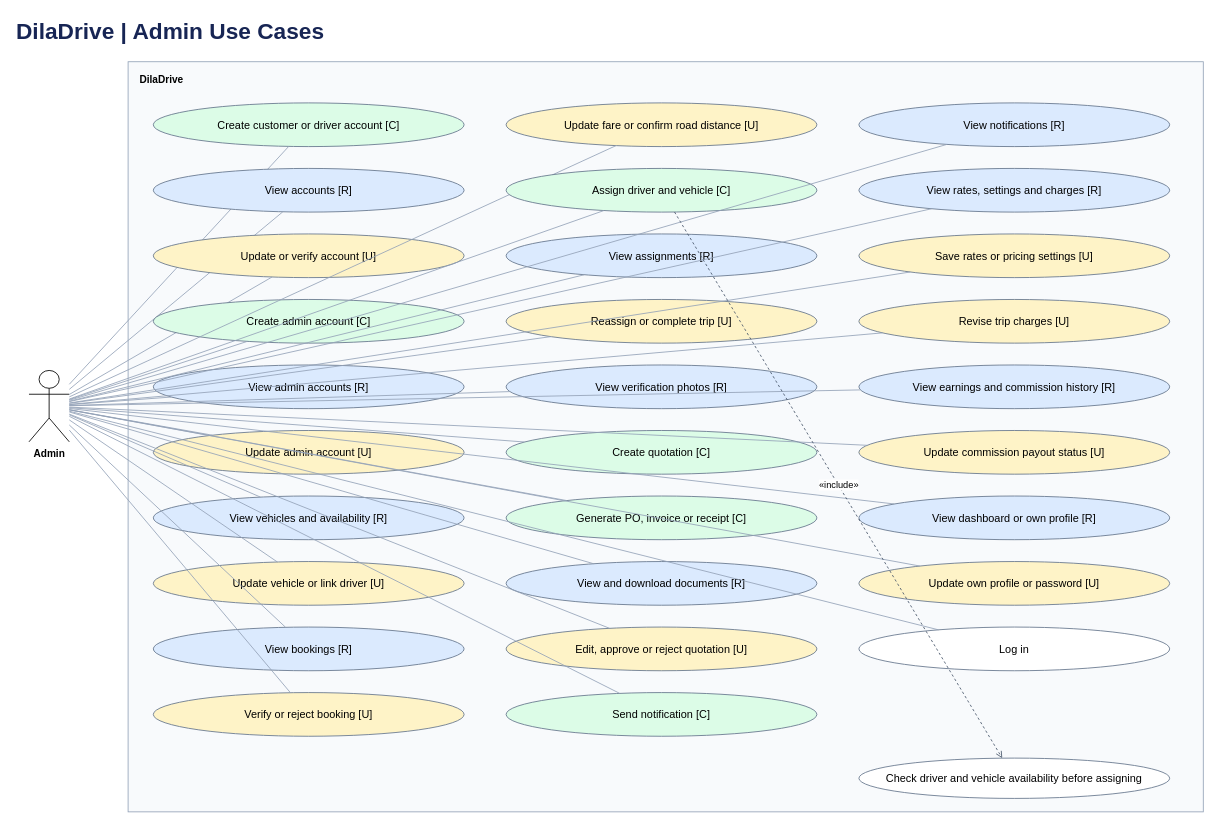
Earlier version of the draw.io diagram page "Admin Use Cases" (1 of 4) of DilaDrive/docs/DilaDrive-Use-Cases-and-CRUD.drawio (Eillyyyyy/DilaDrive). Source tidied: cells renumbered, new cells numbered last; positions are measured from the earlier drawing's top-left corner, leaving out a move shared by most shapes. Both pictures are drawn from the tidied source at 84%, with x=0, y=0 at pixel (14, 14).
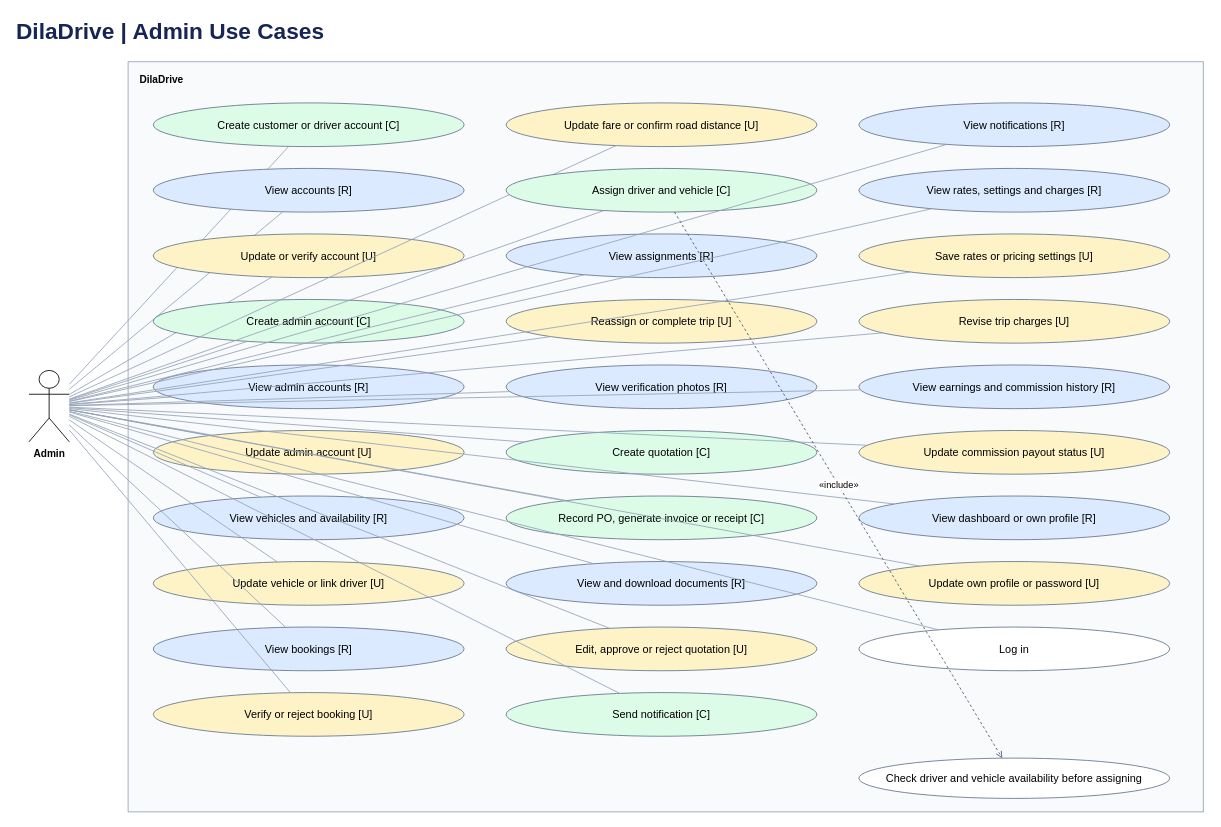
Above is the later version.

Change to the diagram source:
```diff
@@
-    <mxCell id="37" value="Generate PO, invoice or receipt [C]" style="ellipse;html=1;whiteSpace=wrap;fillColor=#DCFCE7;strokeColor=#64748B;fontSize=13;" parent="1" vertex="1">
+    <mxCell id="37" value="Record PO, generate invoice or receipt [C]" style="ellipse;html=1;whiteSpace=wrap;fillColor=#DCFCE7;strokeColor=#64748B;fontSize=13;" parent="1" vertex="1">
       <mxGeometry x="585" y="573" width="370" height="52" as="geometry" />
     </mxCell>
```
